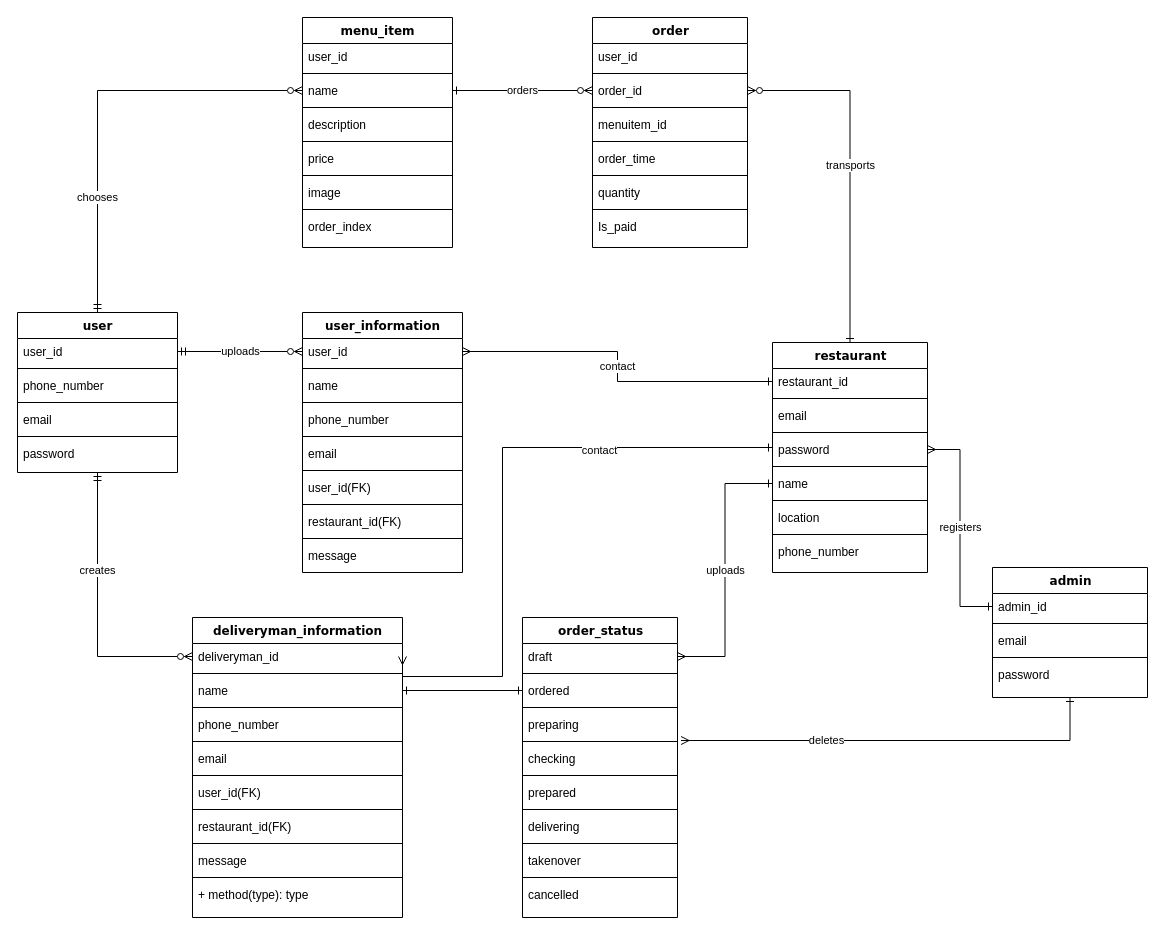
The draw.io diagram page "ER" (7 of 7) of health.drawio in YeMyat144/DFD_ER, before the edit. Source tidied: cells renumbered, new cells numbered last; positions are measured from the earlier drawing's top-left corner, leaving out a move shared by most shapes. Both pictures are drawn from the tidied source at 100%, with x=0, y=0 at pixel (17, 17).
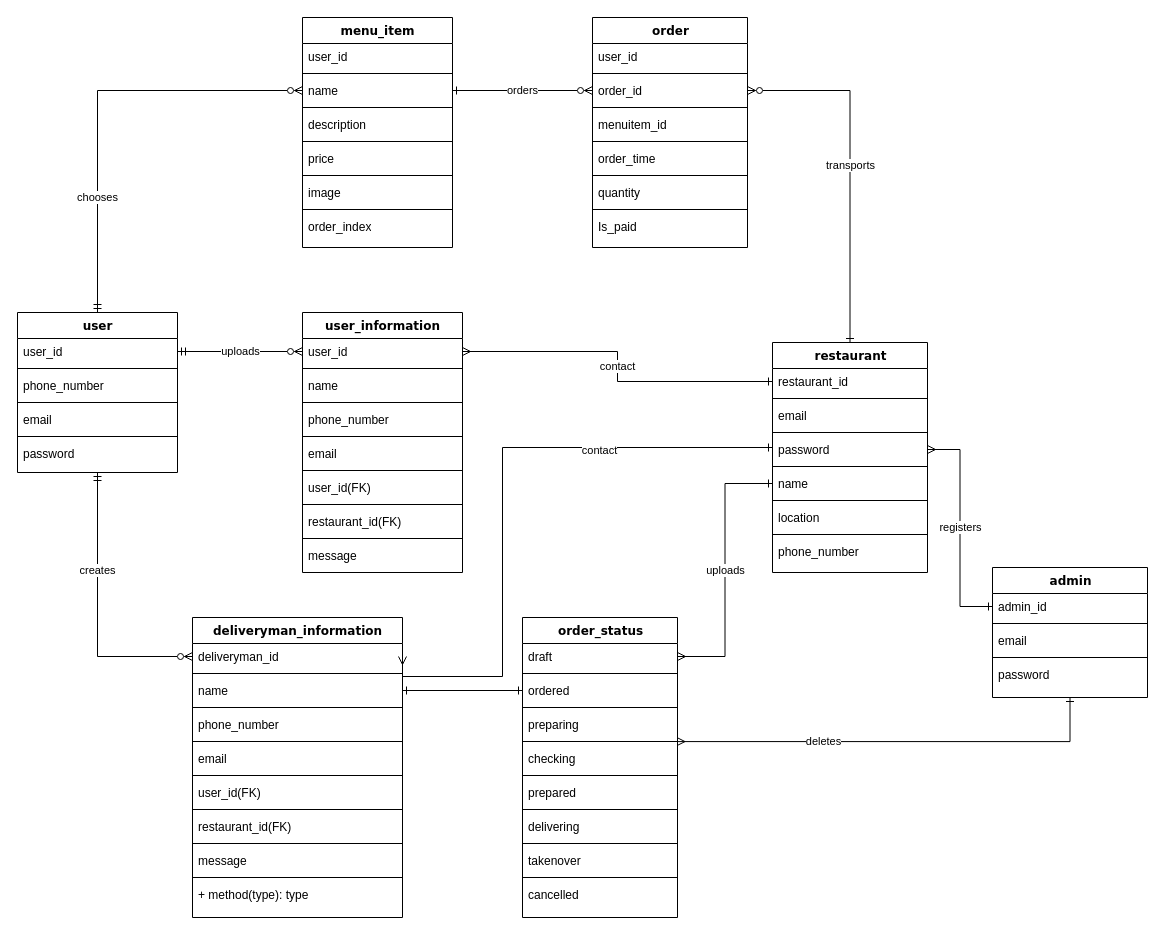
After the change.

Unchanged cells that the change refers to:
```xml
<mxCell id="54" value="admin" style="swimlane;html=1;fontStyle=1;align=center;verticalAlign=top;horizontal=1;startSize=26;swimlaneFillColor=#ffffff;rounded=0;shadow=0;comic=0;labelBackgroundColor=none;strokeWidth=1;fillColor=none;fontFamily=Verdana;fontSize=12;" parent="1" vertex="1">
  <mxGeometry x="975" y="550" width="155" height="130" as="geometry" />
</mxCell>
<mxCell id="78" style="line;html=1;strokeWidth=1;fillColor=none;align=left;verticalAlign=middle;spacingTop=-1;spacingLeft=3;spacingRight=3;labelPosition=right;points=[];portConstraint=eastwest;" parent="72" vertex="1">
  <mxGeometry y="120" width="155" height="8" as="geometry" />
</mxCell>
<mxCell id="79" value="checking" style="text;html=1;strokeColor=none;fillColor=none;align=left;verticalAlign=top;spacingLeft=4;spacingRight=4;whiteSpace=wrap;overflow=hidden;points=[[0,0.5],[1,0.5]];portConstraint=eastwest;" parent="72" vertex="1">
  <mxGeometry y="128" width="155" height="26" as="geometry" />
</mxCell>
```

Change to the diagram source:
```diff
@@
-    <mxCell id="103" value="deletes" style="edgeStyle=orthogonalEdgeStyle;rounded=0;jettySize=auto;html=1;entryX=1.023;entryY=-0.192;entryDx=0;entryDy=0;entryPerimeter=0;startArrow=ERone;startFill=0;endArrow=ERmany;endFill=0;" parent="1" edge="1" source="54" target="79">
+    <mxCell id="103" value="deletes" style="edgeStyle=orthogonalEdgeStyle;rounded=0;jettySize=auto;html=1;entryX=0.997;entryY=0.511;entryDx=0;entryDy=0;entryPerimeter=0;startArrow=ERone;startFill=0;endArrow=ERmany;endFill=0;" parent="1" edge="1" source="54" target="78">
       <mxGeometry x="0.33" relative="1" as="geometry" />
     </mxCell>
```
